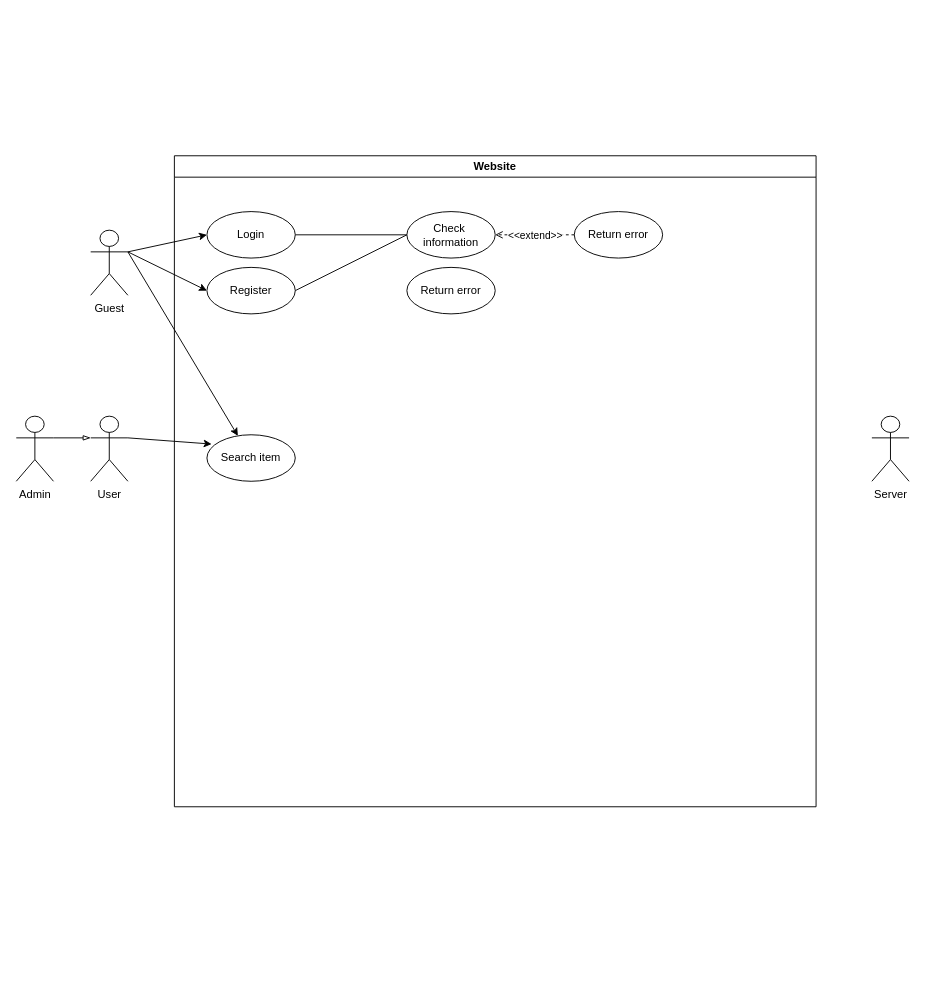
This is datnnguyensythanh.drawio from sythanh2001/datn_nguyen_sy_thanh, a draw.io file, before an edit. Source tidied: cells renumbered, new cells numbered last; positions are measured from the earlier drawing's top-left corner, leaving out a move shared by most shapes. Both pictures are drawn from the tidied source at 93%, with x=0, y=0 at pixel (16, 155).
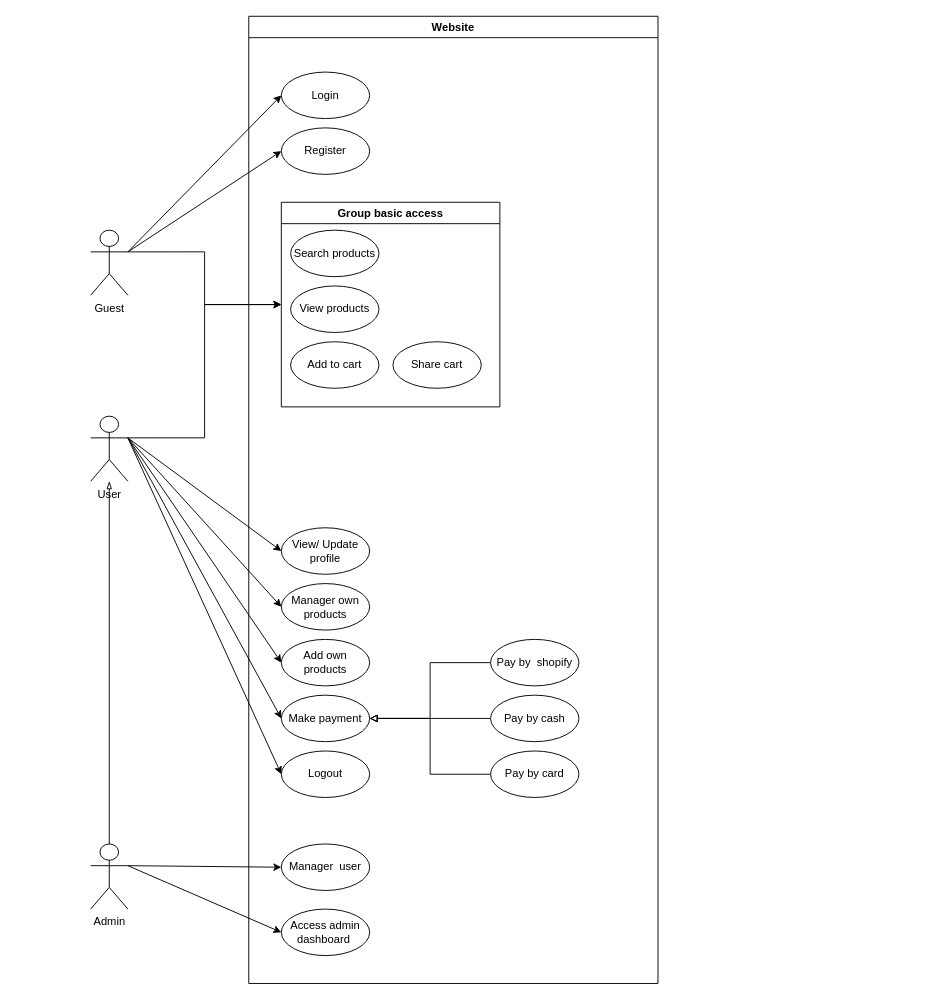
The same page after the edit.

Unchanged cells that the change refers to:
```xml
<mxCell id="5" value="Guest&lt;br&gt;" style="shape=umlActor;verticalLabelPosition=bottom;verticalAlign=top;html=1;outlineConnect=0;" parent="1" vertex="1">
  <mxGeometry x="80" y="80" width="40" height="70" as="geometry" />
</mxCell>
<mxCell id="7" value="User" style="shape=umlActor;verticalLabelPosition=bottom;verticalAlign=top;html=1;outlineConnect=0;" parent="1" vertex="1">
  <mxGeometry x="80" y="280" width="40" height="70" as="geometry" />
</mxCell>
<mxCell id="12" value="Login" style="ellipse;whiteSpace=wrap;html=1;" parent="10" vertex="1">
  <mxGeometry x="35" y="60" width="95" height="50" as="geometry" />
</mxCell>
<mxCell id="14" value="Register" style="ellipse;whiteSpace=wrap;html=1;" parent="10" vertex="1">
  <mxGeometry x="35" y="120" width="95" height="50" as="geometry" />
</mxCell>
```

What changed in the source:
```diff
@@
-    <mxCell id="4" style="edgeStyle=none;rounded=0;jettySize=auto;html=1;exitX=1;exitY=0.3333333333333333;exitDx=0;exitDy=0;exitPerimeter=0;" parent="1" edge="1" source="5" target="15">
+    <mxCell id="4" style="edgeStyle=orthogonalEdgeStyle;rounded=0;jettySize=auto;html=1;exitX=1;exitY=0.3333333333333333;exitDx=0;exitDy=0;exitPerimeter=0;entryX=0;entryY=0.5;entryDx=0;entryDy=0;" parent="1" edge="1" source="5" target="39">
       <mxGeometry relative="1" as="geometry" />
     </mxCell>
@@
-    <mxCell id="6" style="edgeStyle=none;rounded=0;jettySize=auto;html=1;exitX=1;exitY=0.3333333333333333;exitDx=0;exitDy=0;exitPerimeter=0;entryX=0.053;entryY=0.2;entryDx=0;entryDy=0;entryPerimeter=0;" parent="1" edge="1" source="7" target="15">
+    <mxCell id="6" style="edgeStyle=orthogonalEdgeStyle;rounded=0;jettySize=auto;html=1;exitX=1;exitY=0.3333333333333333;exitDx=0;exitDy=0;exitPerimeter=0;entryX=0;entryY=0.5;entryDx=0;entryDy=0;" parent="1" edge="1" source="7" target="39">
       <mxGeometry relative="1" as="geometry" />
     </mxCell>
+    <mxCell id="22" style="edgeStyle=none;rounded=0;jettySize=auto;html=1;exitX=1;exitY=0.3333333333333333;exitDx=0;exitDy=0;exitPerimeter=0;entryX=0;entryY=0.5;entryDx=0;entryDy=0;" parent="1" edge="1" source="7" target="29">
+      <mxGeometry relative="1" as="geometry" />
+    </mxCell>
+    <mxCell id="23" style="edgeStyle=none;rounded=0;jettySize=auto;html=1;exitX=1;exitY=0.3333333333333333;exitDx=0;exitDy=0;exitPerimeter=0;entryX=0;entryY=0.5;entryDx=0;entryDy=0;" parent="1" edge="1" source="7" target="30">
+      <mxGeometry relative="1" as="geometry" />
+    </mxCell>
+    <mxCell id="24" style="edgeStyle=none;rounded=0;jettySize=auto;html=1;exitX=1;exitY=0.3333333333333333;exitDx=0;exitDy=0;exitPerimeter=0;entryX=0;entryY=0.5;entryDx=0;entryDy=0;" parent="1" edge="1" source="7" target="43">
+      <mxGeometry relative="1" as="geometry" />
+    </mxCell>
+    <mxCell id="25" style="edgeStyle=none;rounded=0;jettySize=auto;html=1;exitX=1;exitY=0.3333333333333333;exitDx=0;exitDy=0;exitPerimeter=0;entryX=0;entryY=0.5;entryDx=0;entryDy=0;" parent="1" edge="1" source="7" target="44">
+      <mxGeometry relative="1" as="geometry" />
+    </mxCell>
+    <mxCell id="26" style="edgeStyle=none;rounded=0;jettySize=auto;html=1;exitX=1;exitY=0.3333333333333333;exitDx=0;exitDy=0;exitPerimeter=0;entryX=0;entryY=0.5;entryDx=0;entryDy=0;" parent="1" edge="1" source="7" target="45">
+      <mxGeometry relative="1" as="geometry" />
+    </mxCell>
@@
-    <mxCell id="8" style="edgeStyle=none;rounded=0;jettySize=auto;html=1;exitX=1;exitY=0.3333333333333333;exitDx=0;exitDy=0;exitPerimeter=0;entryX=0;entryY=0.3333333333333333;entryDx=0;entryDy=0;entryPerimeter=0;endArrow=blockThin;endFill=0;" parent="1" edge="1" source="9" target="7">
-      <mxGeometry relative="1" as="geometry" />
+    <mxCell id="8" style="edgeStyle=none;rounded=0;jettySize=auto;html=1;endArrow=blockThin;endFill=0;exitX=0.5;exitY=0;exitDx=0;exitDy=0;exitPerimeter=0;" parent="1" edge="1" source="9">
+      <mxGeometry relative="1" as="geometry">
+        <mxPoint x="100" y="350" as="targetPoint" />
+      </mxGeometry>
     </mxCell>
+    <mxCell id="27" style="edgeStyle=none;rounded=0;jettySize=auto;html=1;exitX=1;exitY=0.3333333333333333;exitDx=0;exitDy=0;exitPerimeter=0;entryX=0;entryY=0.5;entryDx=0;entryDy=0;" parent="1" edge="1" source="9" target="37">
+      <mxGeometry relative="1" as="geometry" />
+    </mxCell>
+    <mxCell id="28" style="edgeStyle=none;rounded=0;jettySize=auto;html=1;exitX=1;exitY=0.3333333333333333;exitDx=0;exitDy=0;exitPerimeter=0;entryX=0;entryY=0.5;entryDx=0;entryDy=0;" parent="1" edge="1" source="9" target="38">
+      <mxGeometry relative="1" as="geometry" />
+    </mxCell>
     <mxCell id="9" value="Admin" style="shape=umlActor;verticalLabelPosition=bottom;verticalAlign=top;html=1;outlineConnect=0;" parent="1" vertex="1">
-      <mxGeometry y="280" width="40" height="70" as="geometry" />
+      <mxGeometry x="80" y="740" width="40" height="70" as="geometry" />
     </mxCell>
     <mxCell id="10" value="Website" style="swimlane;whiteSpace=wrap;html=1;fillColor=default;" parent="1" vertex="1">
-      <mxGeometry x="170" width="690" height="700" as="geometry" />
+      <mxGeometry x="250" y="-150" width="440" height="1040" as="geometry" />
     </mxCell>
-    <mxCell id="11" style="edgeStyle=none;rounded=0;jettySize=auto;html=1;exitX=1;exitY=0.5;exitDx=0;exitDy=0;entryX=0;entryY=0.5;entryDx=0;entryDy=0;endArrow=none;endFill=0;" parent="10" edge="1" source="12" target="16">
-      <mxGeometry relative="1" as="geometry" />
-    </mxCell>
@@
-    <mxCell id="13" style="edgeStyle=none;rounded=0;jettySize=auto;html=1;exitX=1;exitY=0.5;exitDx=0;exitDy=0;entryX=0;entryY=0.5;entryDx=0;entryDy=0;endArrow=none;endFill=0;" parent="10" edge="1" source="14" target="16">
-      <mxGeometry relative="1" as="geometry" />
-    </mxCell>
@@
+    <mxCell id="29" value="Make payment" style="ellipse;whiteSpace=wrap;html=1;" parent="10" vertex="1">
+      <mxGeometry x="35" y="730" width="95" height="50" as="geometry" />
+    </mxCell>
+    <mxCell id="30" value="Logout" style="ellipse;whiteSpace=wrap;html=1;" parent="10" vertex="1">
+      <mxGeometry x="35" y="790" width="95" height="50" as="geometry" />
+    </mxCell>
+    <mxCell id="31" style="edgeStyle=orthogonalEdgeStyle;rounded=0;jettySize=auto;html=1;exitX=0;exitY=0.5;exitDx=0;exitDy=0;entryX=1;entryY=0.5;entryDx=0;entryDy=0;endArrow=block;endFill=0;" parent="10" edge="1" source="32" target="29">
+      <mxGeometry relative="1" as="geometry" />
+    </mxCell>
+    <mxCell id="32" value="Pay by card" style="ellipse;whiteSpace=wrap;html=1;" parent="10" vertex="1">
+      <mxGeometry x="260" y="790" width="95" height="50" as="geometry" />
+    </mxCell>
+    <mxCell id="33" style="edgeStyle=none;rounded=0;jettySize=auto;html=1;exitX=0;exitY=0.5;exitDx=0;exitDy=0;entryX=1;entryY=0.5;entryDx=0;entryDy=0;endArrow=block;endFill=0;" parent="10" edge="1" source="34" target="29">
+      <mxGeometry relative="1" as="geometry" />
+    </mxCell>
+    <mxCell id="34" value="Pay by cash" style="ellipse;whiteSpace=wrap;html=1;" parent="10" vertex="1">
+      <mxGeometry x="260" y="730" width="95" height="50" as="geometry" />
+    </mxCell>
+    <mxCell id="35" style="edgeStyle=orthogonalEdgeStyle;rounded=0;jettySize=auto;html=1;exitX=0;exitY=0.5;exitDx=0;exitDy=0;endArrow=block;endFill=0;entryX=1;entryY=0.5;entryDx=0;entryDy=0;" parent="10" edge="1" source="36" target="29">
+      <mxGeometry relative="1" as="geometry" />
+    </mxCell>
+    <mxCell id="36" value="Pay by&amp;nbsp; shopify" style="ellipse;whiteSpace=wrap;html=1;" parent="10" vertex="1">
+      <mxGeometry x="260" y="670" width="95" height="50" as="geometry" />
+    </mxCell>
+    <mxCell id="37" value="Manager&amp;nbsp; user" style="ellipse;whiteSpace=wrap;html=1;" parent="10" vertex="1">
+      <mxGeometry x="35" y="890" width="95" height="50" as="geometry" />
+    </mxCell>
+    <mxCell id="38" value="Access admin dashboard&amp;nbsp;" style="ellipse;whiteSpace=wrap;html=1;" parent="10" vertex="1">
+      <mxGeometry x="35" y="960" width="95" height="50" as="geometry" />
+    </mxCell>
+    <mxCell id="39" value="Group basic access" style="swimlane;whiteSpace=wrap;html=1;" parent="10" vertex="1">
+      <mxGeometry x="35" y="200" width="235" height="220" as="geometry" />
+    </mxCell>
-    <mxCell id="15" value="Search item" style="ellipse;whiteSpace=wrap;html=1;" parent="10" vertex="1">
-      <mxGeometry x="35" y="300" width="95" height="50" as="geometry" />
+    <mxCell id="15" value="Search products" style="ellipse;whiteSpace=wrap;html=1;" parent="39" vertex="1">
+      <mxGeometry x="10" y="30" width="95" height="50" as="geometry" />
     </mxCell>
-    <mxCell id="16" value="Check&amp;nbsp; information" style="ellipse;whiteSpace=wrap;html=1;" parent="10" vertex="1">
-      <mxGeometry x="250" y="60" width="95" height="50" as="geometry" />
-    </mxCell>
-    <mxCell id="17" value="Return error" style="ellipse;whiteSpace=wrap;html=1;" parent="10" vertex="1">
-      <mxGeometry x="430" y="60" width="95" height="50" as="geometry" />
-    </mxCell>
-    <mxCell id="18" style="endArrow=open;rounded=0;entryX=1;entryY=0.5;entryDx=0;entryDy=0;html=1;dashed=1;exitX=0;exitY=0.5;exitDx=0;exitDy=0;endFill=0;" parent="10" edge="1" source="17" target="16">
-      <mxGeometry relative="1" as="geometry" />
-    </mxCell>
-    <mxCell id="19" value="&amp;lt;&amp;lt;extend&amp;gt;&amp;gt;" style="edgeLabel;html=1;align=center;verticalAlign=middle;" parent="18" vertex="1">
-      <mxGeometry relative="1" as="geometry" />
-    </mxCell>
-    <mxCell id="20" value="Return error" style="ellipse;whiteSpace=wrap;html=1;" parent="10" vertex="1">
-      <mxGeometry x="250" y="120" width="95" height="50" as="geometry" />
-    </mxCell>
-    <mxCell id="21" value="Server" style="shape=umlActor;verticalLabelPosition=bottom;verticalAlign=top;html=1;direction=east;" parent="1" vertex="1">
-      <mxGeometry x="920" y="280" width="40" height="70" as="geometry" />
-    </mxCell>
+    <mxCell id="40" value="View products" style="ellipse;whiteSpace=wrap;html=1;" parent="39" vertex="1">
+      <mxGeometry x="10" y="90" width="95" height="50" as="geometry" />
+    </mxCell>
+    <mxCell id="41" value="Add to cart" style="ellipse;whiteSpace=wrap;html=1;" parent="39" vertex="1">
+      <mxGeometry x="10" y="150" width="95" height="50" as="geometry" />
+    </mxCell>
+    <mxCell id="42" value="Share cart" style="ellipse;whiteSpace=wrap;html=1;" parent="39" vertex="1">
+      <mxGeometry x="120" y="150" width="95" height="50" as="geometry" />
+    </mxCell>
+    <mxCell id="43" value="Add own products" style="ellipse;whiteSpace=wrap;html=1;" parent="10" vertex="1">
+      <mxGeometry x="35" y="670" width="95" height="50" as="geometry" />
+    </mxCell>
+    <mxCell id="44" value="Manager own products" style="ellipse;whiteSpace=wrap;html=1;" parent="10" vertex="1">
+      <mxGeometry x="35" y="610" width="95" height="50" as="geometry" />
+    </mxCell>
+    <mxCell id="45" value="View/ Update profile" style="ellipse;whiteSpace=wrap;html=1;" parent="10" vertex="1">
+      <mxGeometry x="35" y="550" width="95" height="50" as="geometry" />
+    </mxCell>
```
